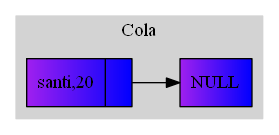
Before: graficaCola.png, a diagram exported from Graphviz (Tiago-130414/EDD_1S2019_P1_201313722). Its source is kept beside it as graficaCola.dot.
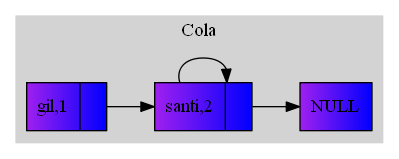
After the commit.

What changed in the source:
```diff
@@ -5,8 +5,12 @@
 style=filled;
 color = lightgrey;
 node[shape=record];
-Nodosanti[label="{santi,20| }"style = filled, fillcolor = "purple:blue"];
+Nodogil[label="{gil,1| }"style = filled, fillcolor = "purple:blue"];
+Nodosanti[label="{santi,3| }"style = filled, fillcolor = "purple:blue"];
+Nodosanti[label="{santi,2| }"style = filled, fillcolor = "purple:blue"];
 NodoNULL[label="NULL}"style = filled, fillcolor = "purple:blue"];
+Nodogil->Nodosanti;
+Nodosanti->Nodosanti;
 Nodosanti->NodoNULL;
 label = "Cola";
 }
```
